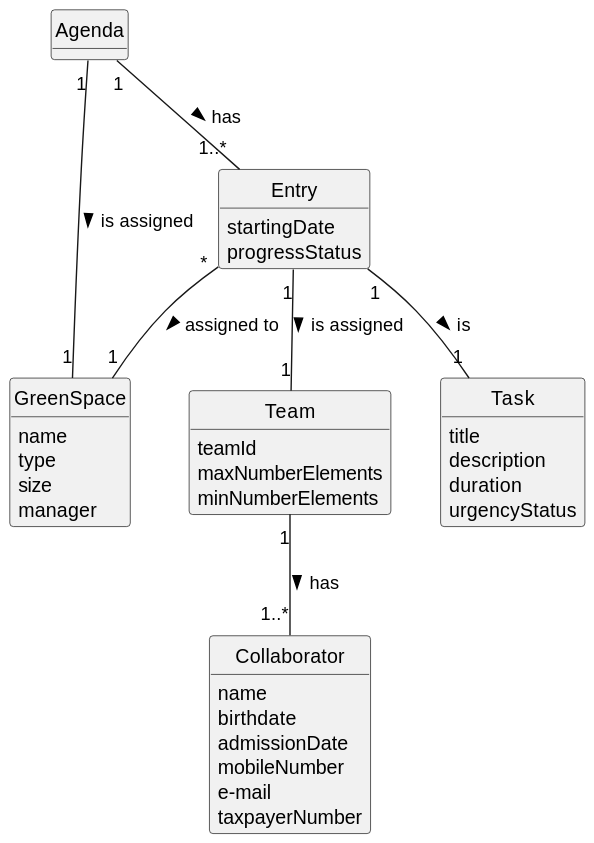
ricardomm7/leaflink keeps this PlantUML diagram as docs/sprintC/us024/02.analysis/svg/us024-domain-model.svg. Above is the earlier version.
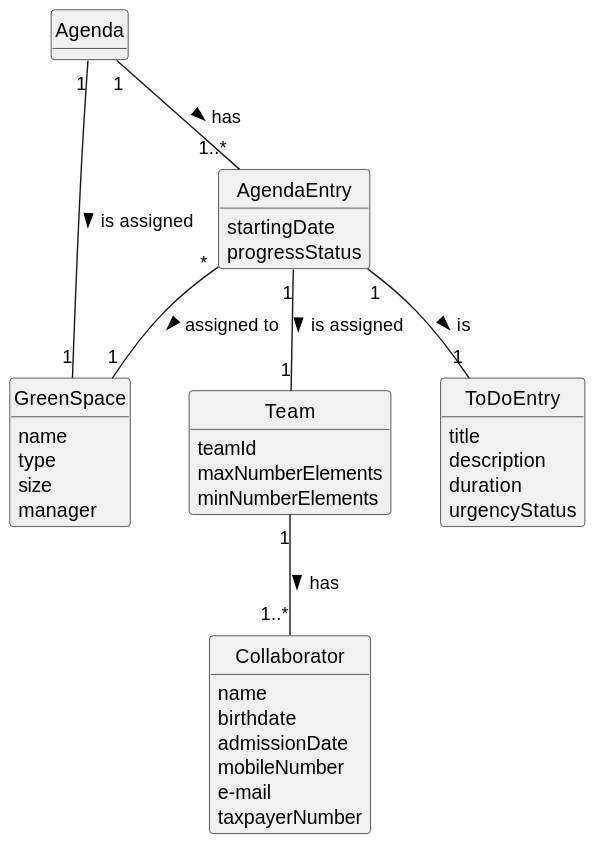
After the change.

Change to the diagram source:
```diff
@@ -33,14 +33,14 @@
 
 }
 
-class Entry {
+class AgendaEntry {
     startingDate
     progressStatus
 
 }
 
 
-class Task {
+class ToDoEntry {
     title
     description
     duration
@@ -52,13 +52,13 @@
 class Agenda{
 }
 
-Agenda "1" -- "1..*" Entry: has >
+Agenda "1" -- "1..*" AgendaEntry: has >
 
-Entry "1" -- "1" Task: is >
+AgendaEntry "1" -- "1" ToDoEntry: is >
 
-Entry "*" -- "1" GreenSpace : assigned to >
+AgendaEntry "*" -- "1" GreenSpace : assigned to >
 
-Entry "1" -- "1" Team : is assigned >
+AgendaEntry "1" -- "1" Team : is assigned >
 
 Team "1" -- "1..*" Collaborator : has >
 
```
